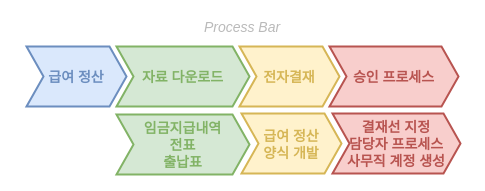
The draw.io diagram 준공영급여정산전자결재프로세스.drawio in kikii-develope/system_architecture_design, before the edit. Source tidied: cells renumbered, new cells numbered last; positions are measured from the earlier drawing's top-left corner, leaving out a move shared by most shapes. Both pictures are drawn from the tidied source at 100%, with x=0, y=0 at pixel (16, 16).
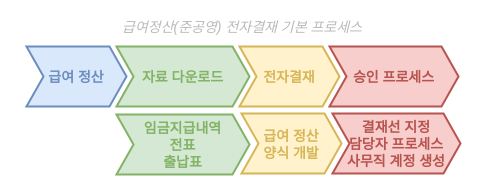
The same diagram, later.

Commit message:
급여정산 기본 프로세스 정리

What changed in the source:
```diff
@@
 <mxGraphModel>
   <root>
     <mxCell id="0" />
     <mxCell id="1" parent="0" />
-    <mxCell id="2" value="Process Bar" style="swimlane;fontStyle=2;horizontal=1;startSize=20;fillColor=none;swimlaneFillColor=none;strokeColor=none;fontFamily=Helvetica;fontSize=14;fontColor=#BABABA;verticalAlign=middle;stackBorder=10;" parent="1" vertex="1">
+    <mxCell id="2" value="급여정산(준공영) 전자결재 기본 프로세스" style="swimlane;fontStyle=2;horizontal=1;startSize=20;fillColor=none;swimlaneFillColor=none;strokeColor=none;fontFamily=Helvetica;fontSize=14;fontColor=#BABABA;verticalAlign=middle;stackBorder=10;" parent="1" vertex="1">
       <mxGeometry width="452" height="100" as="geometry" />
     </mxCell>
     <mxCell id="3" value="급여 정산" style="shape=step;perimeter=stepPerimeter;strokeColor=#6C8EBF;fontFamily=Helvetica;fontSize=14;fontColor=#6C8EBF;fillColor=#dae8fc;fixedSize=1;size=17;fontStyle=1;strokeWidth=2;spacingTop=0;" parent="2" vertex="1">
       <mxGeometry x="10" y="30" width="100" height="60" as="geometry" />
     </mxCell>
     <mxCell id="4" value="자료 다운로드" style="shape=step;perimeter=stepPerimeter;strokeColor=#82B366;fontFamily=Helvetica;fontSize=14;fontColor=#82B366;fillColor=#d5e8d4;fixedSize=1;size=17;fontStyle=1;strokeWidth=2;spacingTop=0;" parent="2" vertex="1">
       <mxGeometry x="100" y="30" width="133" height="60" as="geometry" />
     </mxCell>
     <mxCell id="5" value="전자결재" style="shape=step;perimeter=stepPerimeter;strokeColor=#D6B656;fontFamily=Helvetica;fontSize=14;fontColor=#D6B656;fillColor=#fff2cc;fixedSize=1;size=17;fontStyle=1;strokeWidth=2;spacingTop=0;" parent="2" vertex="1">
       <mxGeometry x="223" y="30" width="100" height="60" as="geometry" />
     </mxCell>
     <mxCell id="6" value="승인 프로세스" style="shape=step;perimeter=stepPerimeter;strokeColor=#B85450;fontFamily=Helvetica;fontSize=14;fontColor=#B85450;fillColor=#f8cecc;fixedSize=1;size=17;fontStyle=1;strokeWidth=2;spacingTop=0;" parent="2" vertex="1">
       <mxGeometry x="313" y="30" width="129" height="60" as="geometry" />
     </mxCell>
     <mxCell id="7" value="임금지급내역&#10;전표&#10;출납표" style="shape=step;perimeter=stepPerimeter;strokeColor=#82B366;fontFamily=Helvetica;fontSize=14;fontColor=#82B366;fillColor=#d5e8d4;fixedSize=1;size=17;fontStyle=1;strokeWidth=2;spacingTop=0;align=center;" parent="1" vertex="1">
       <mxGeometry x="100" y="98" width="133" height="60" as="geometry" />
     </mxCell>
     <mxCell id="8" value="급여 정산&#10;양식 개발" style="shape=step;perimeter=stepPerimeter;strokeColor=#D6B656;fontFamily=Helvetica;fontSize=14;fontColor=#D6B656;fillColor=#fff2cc;fixedSize=1;size=17;fontStyle=1;strokeWidth=2;spacingTop=0;" parent="1" vertex="1">
       <mxGeometry x="225" y="97" width="100" height="60" as="geometry" />
     </mxCell>
     <mxCell id="9" value="결재선 지정&#10;담당자 프로세스&#10;사무직 계정 생성" style="shape=step;perimeter=stepPerimeter;strokeColor=#B85450;fontFamily=Helvetica;fontSize=14;fontColor=#B85450;fillColor=#f8cecc;fixedSize=1;size=17;fontStyle=1;strokeWidth=2;spacingTop=0;" parent="1" vertex="1">
       <mxGeometry x="316" y="97" width="128" height="60" as="geometry" />
     </mxCell>
   </root>
 </mxGraphModel>
```
